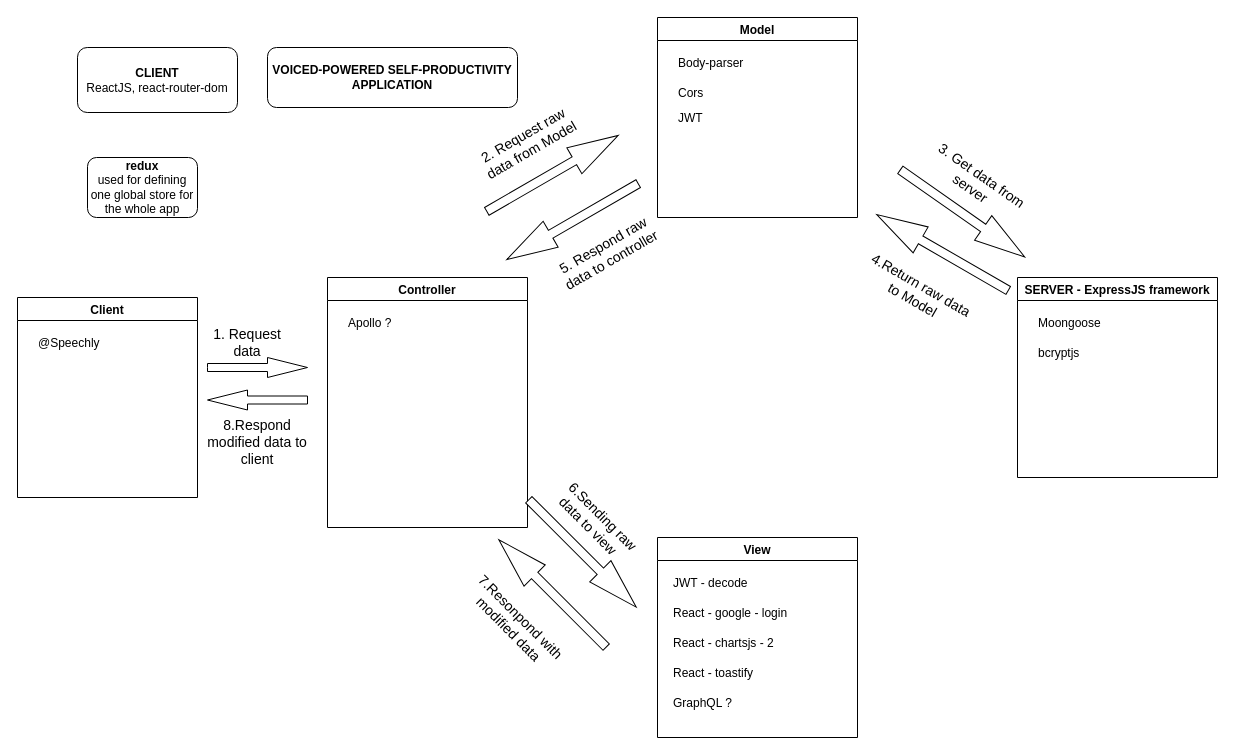
This is images/architecture.drawio from ViNguyen3747/Voice-Powered-Self-Productivity, a draw.io file, before an edit. Source tidied: cells renumbered, new cells numbered last; positions are measured from the earlier drawing's top-left corner, leaving out a move shared by most shapes. Both pictures are drawn from the tidied source at 100%, with x=0, y=0 at pixel (17, 17).
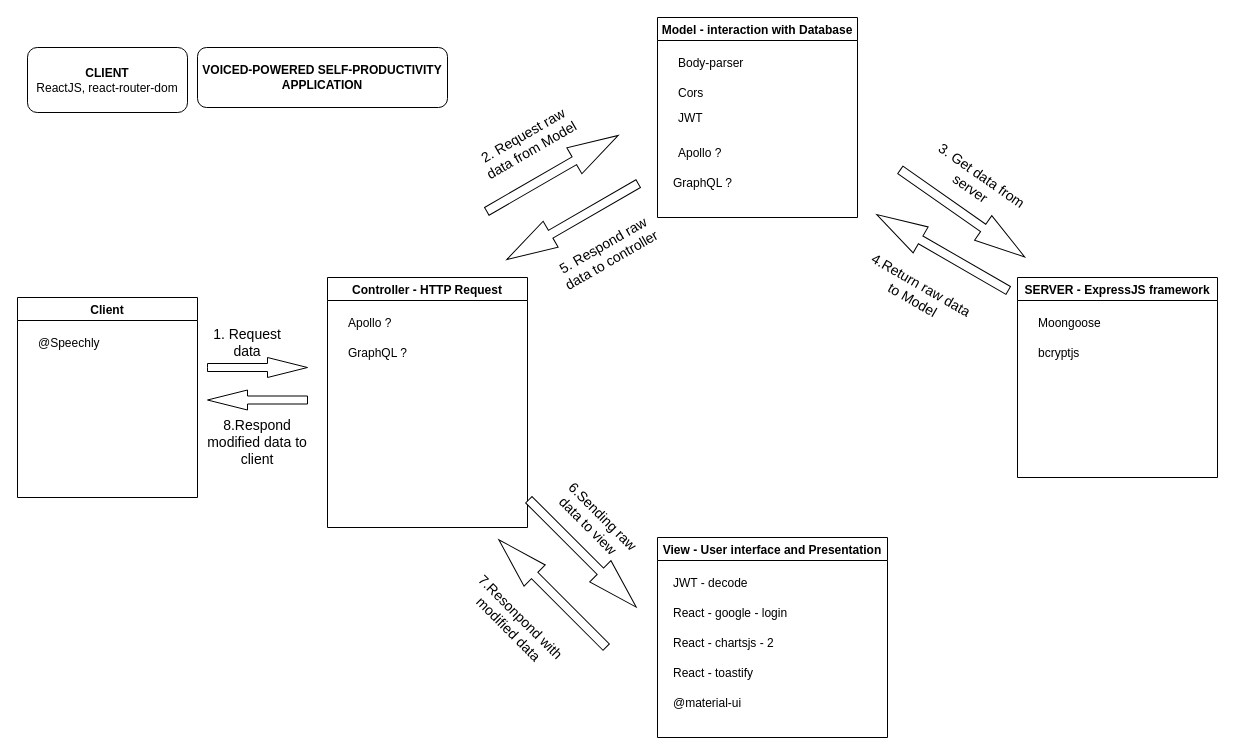
After the change.

Diff of the diagram source:
```diff
@@
     <mxCell id="2" value="&lt;b&gt;CLIENT&lt;/b&gt;&lt;br&gt;ReactJS, react-router-dom" style="rounded=1;whiteSpace=wrap;html=1;" parent="1" vertex="1">
-      <mxGeometry x="60" y="30" width="160" height="65" as="geometry" />
+      <mxGeometry x="10" y="30" width="160" height="65" as="geometry" />
     </mxCell>
-    <mxCell id="3" value="Controller" style="swimlane;align=center;" parent="1" vertex="1">
+    <mxCell id="3" value="Controller - HTTP Request" style="swimlane;align=center;" parent="1" vertex="1">
       <mxGeometry x="310" y="260" width="200" height="250" as="geometry" />
     </mxCell>
@@
+    <mxCell id="38" value="GraphQL ?" style="text;strokeColor=none;fillColor=none;align=left;verticalAlign=middle;spacingLeft=4;spacingRight=4;overflow=hidden;" parent="3" vertex="1">
+      <mxGeometry x="15" y="60" width="170" height="30" as="geometry" />
+    </mxCell>
-    <mxCell id="5" value="Model" style="swimlane;align=center;" parent="1" vertex="1">
+    <mxCell id="5" value="Model - interaction with Database" style="swimlane;align=center;" parent="1" vertex="1">
       <mxGeometry x="640" width="200" height="200" as="geometry" />
     </mxCell>
@@
+    <mxCell id="39" value="Apollo ?" style="text;strokeColor=none;fillColor=none;align=left;verticalAlign=middle;spacingLeft=4;spacingRight=4;overflow=hidden;" parent="5" vertex="1">
+      <mxGeometry x="15" y="120" width="170" height="30" as="geometry" />
+    </mxCell>
+    <mxCell id="14" value="GraphQL ?" style="text;strokeColor=none;fillColor=none;align=left;verticalAlign=middle;spacingLeft=4;spacingRight=4;overflow=hidden;" parent="5" vertex="1">
+      <mxGeometry x="10" y="150" width="170" height="30" as="geometry" />
+    </mxCell>
-    <mxCell id="9" value="View" style="swimlane;align=center;startSize=23;" parent="1" vertex="1">
-      <mxGeometry x="640" y="520" width="200" height="200" as="geometry" />
+    <mxCell id="9" value="View - User interface and Presentation" style="swimlane;align=center;startSize=23;" parent="1" vertex="1">
+      <mxGeometry x="640" y="520" width="230" height="200" as="geometry" />
     </mxCell>
@@
-    <mxCell id="14" value="GraphQL ?" style="text;strokeColor=none;fillColor=none;align=left;verticalAlign=middle;spacingLeft=4;spacingRight=4;overflow=hidden;" parent="9" vertex="1">
-      <mxGeometry x="10" y="150" width="170" height="30" as="geometry" />
-    </mxCell>
+    <mxCell id="40" value="@material-ui" style="text;strokeColor=none;fillColor=none;align=left;verticalAlign=middle;spacingLeft=4;spacingRight=4;overflow=hidden;" parent="9" vertex="1">
+      <mxGeometry x="10" y="150" width="170" height="30" as="geometry" />
+    </mxCell>
@@
-    <mxCell id="36" value="&lt;b&gt;redux&lt;/b&gt;&lt;br&gt;used for defining one global store for the whole app" style="rounded=1;whiteSpace=wrap;html=1;" parent="1" vertex="1">
-      <mxGeometry x="70" y="140" width="110" height="60" as="geometry" />
-    </mxCell>
     <mxCell id="37" value="&lt;b&gt;VOICED-POWERED SELF-PRODUCTIVITY APPLICATION&lt;/b&gt;" style="rounded=1;whiteSpace=wrap;html=1;" parent="1" vertex="1">
-      <mxGeometry x="250" y="30" width="250" height="60" as="geometry" />
+      <mxGeometry x="180" y="30" width="250" height="60" as="geometry" />
     </mxCell>
```
